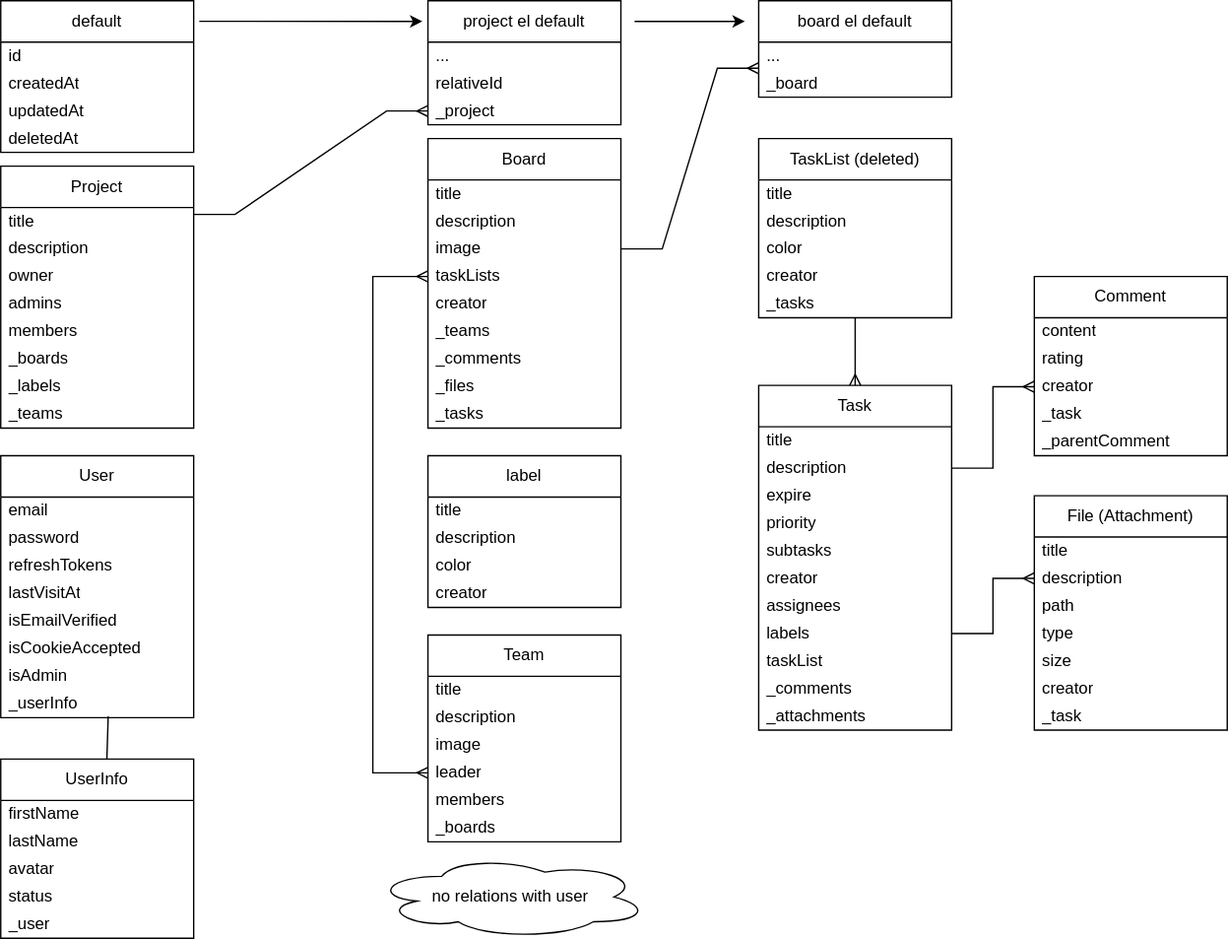
This is src/db/schema.svg from kaa88/my_project_manager_api, a draw.io export, as it was before one commit. Source tidied: cells renumbered, new cells last; positions are measured from the earlier drawing's top-left corner, leaving out a move shared by most shapes.
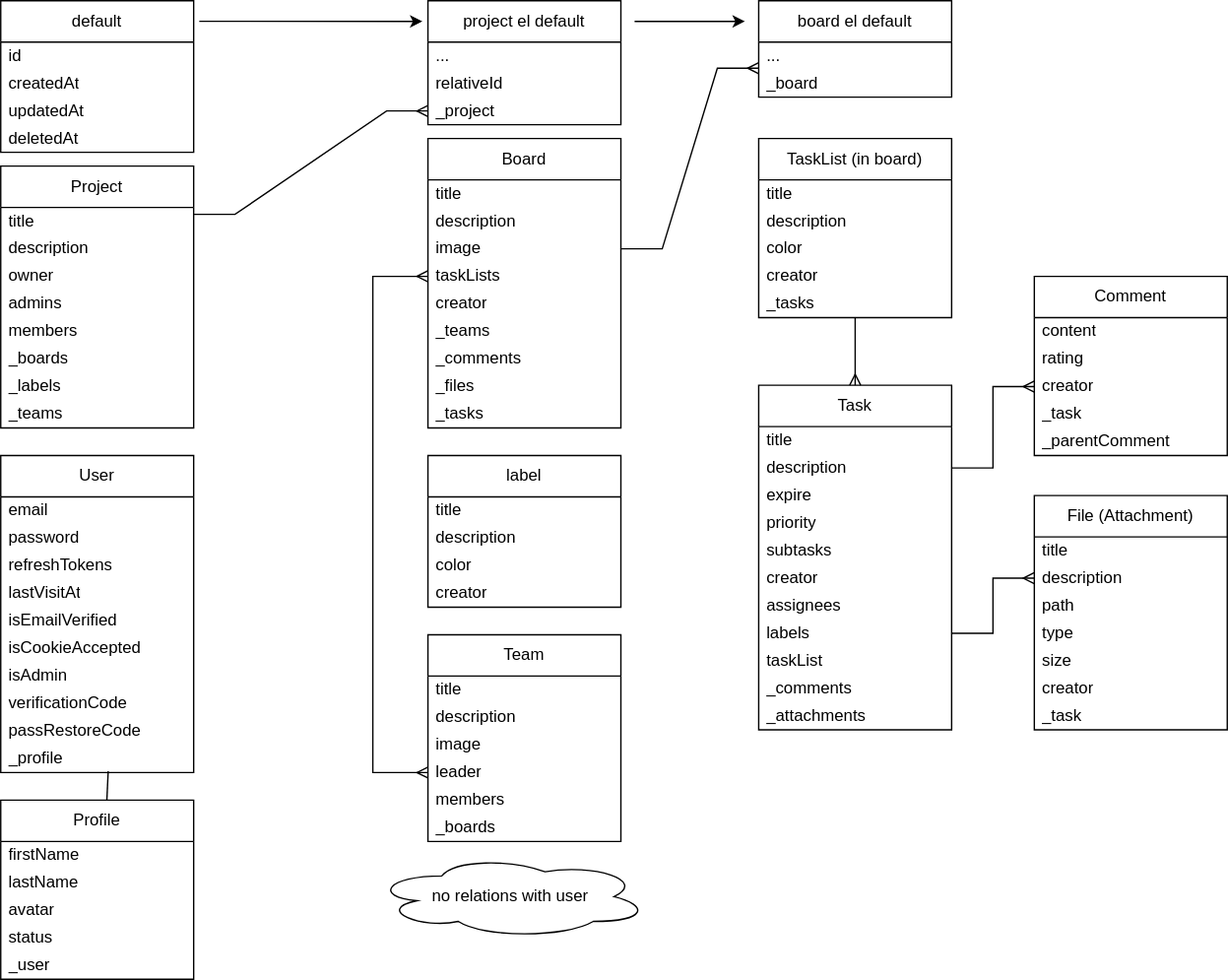
After the commit.

The edit, as a diff of the source:
```diff
@@ -59,7 +59,7 @@
     </mxCell>
     <object id="19" label="User" placeholders="1">
       <mxCell style="swimlane;fontStyle=0;horizontal=1;startSize=30;whiteSpace=wrap;html=1;" parent="1" vertex="1">
-        <mxGeometry y="330" width="140" height="190" as="geometry" />
+        <mxGeometry y="330" width="140" height="230" as="geometry" />
       </mxCell>
     </object>
     <mxCell id="20" value="email" style="text;strokeColor=none;fillColor=none;align=left;verticalAlign=middle;spacingLeft=4;spacingRight=4;overflow=hidden;whiteSpace=wrap;html=1;" parent="19" vertex="1">
@@ -83,8 +83,14 @@
     <mxCell id="26" value="isAdmin" style="text;strokeColor=none;fillColor=none;align=left;verticalAlign=middle;spacingLeft=4;spacingRight=4;overflow=hidden;whiteSpace=wrap;html=1;" parent="19" vertex="1">
       <mxGeometry y="150" width="140" height="20" as="geometry" />
     </mxCell>
+    <mxCell id="102" value="verificationCode" style="text;strokeColor=none;fillColor=none;align=left;verticalAlign=middle;spacingLeft=4;spacingRight=4;overflow=hidden;whiteSpace=wrap;html=1;" parent="19" vertex="1">
+      <mxGeometry y="170" width="140" height="20" as="geometry" />
+    </mxCell>
+    <mxCell id="103" value="passRestoreCode" style="text;strokeColor=none;fillColor=none;align=left;verticalAlign=middle;spacingLeft=4;spacingRight=4;overflow=hidden;whiteSpace=wrap;html=1;" parent="19" vertex="1">
+      <mxGeometry y="190" width="140" height="20" as="geometry" />
+    </mxCell>
-    <mxCell id="27" value="_userInfo" style="text;strokeColor=none;fillColor=none;align=left;verticalAlign=middle;spacingLeft=4;spacingRight=4;overflow=hidden;points=[[0,0.5],[1,0.5]];portConstraint=eastwest;whiteSpace=wrap;html=1;" parent="19" vertex="1">
-      <mxGeometry y="170" width="140" height="20" as="geometry" />
+    <mxCell id="27" value="_profile" style="text;strokeColor=none;fillColor=none;align=left;verticalAlign=middle;spacingLeft=4;spacingRight=4;overflow=hidden;points=[[0,0.5],[1,0.5]];portConstraint=eastwest;whiteSpace=wrap;html=1;" parent="19" vertex="1">
+      <mxGeometry y="210" width="140" height="20" as="geometry" />
     </mxCell>
     <object id="28" label="Comment" placeholders="1">
       <mxCell style="swimlane;fontStyle=0;horizontal=1;startSize=30;whiteSpace=wrap;html=1;" parent="1" vertex="1">
@@ -106,7 +112,7 @@
     <mxCell id="33" value="_parentComment" style="text;strokeColor=none;fillColor=none;align=left;verticalAlign=middle;spacingLeft=4;spacingRight=4;overflow=hidden;whiteSpace=wrap;html=1;" parent="28" vertex="1">
       <mxGeometry y="110" width="140" height="20" as="geometry" />
     </mxCell>
-    <object id="34" label="TaskList (deleted)" placeholders="1">
+    <object id="34" label="TaskList (in board)" placeholders="1">
       <mxCell style="swimlane;fontStyle=0;horizontal=1;startSize=30;whiteSpace=wrap;html=1;" parent="1" vertex="1">
         <mxGeometry x="550" y="100" width="140" height="130" as="geometry" />
       </mxCell>
@@ -313,9 +319,9 @@
     <mxCell id="93" value="_board" style="text;strokeColor=none;fillColor=none;align=left;verticalAlign=middle;spacingLeft=4;spacingRight=4;overflow=hidden;points=[[0,0.5],[1,0.5]];portConstraint=eastwest;whiteSpace=wrap;html=1;" parent="90" vertex="1">
       <mxGeometry y="50" width="140" height="20" as="geometry" />
     </mxCell>
-    <object id="94" label="UserInfo" placeholders="1">
+    <object id="94" label="Profile" placeholders="1">
       <mxCell style="swimlane;fontStyle=0;horizontal=1;startSize=30;whiteSpace=wrap;html=1;" parent="1" vertex="1">
-        <mxGeometry y="550" width="140" height="130" as="geometry" />
+        <mxGeometry y="580" width="140" height="130" as="geometry" />
       </mxCell>
     </object>
     <mxCell id="95" value="firstName" style="text;strokeColor=none;fillColor=none;align=left;verticalAlign=middle;spacingLeft=4;spacingRight=4;overflow=hidden;whiteSpace=wrap;html=1;" parent="94" vertex="1">
```
